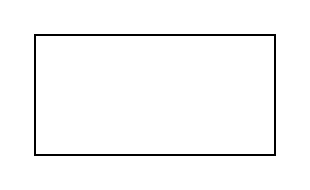
yizhezhixing/yizhezhixing keeps this draw.io diagram as 数据分析示意图.drawio. Above is the earlier version. Source tidied: cells renumbered, new cells numbered last; positions are measured from the earlier drawing's top-left corner, leaving out a move shared by most shapes. Both pictures are drawn from the tidied source at 200%, with x=0, y=0 at pixel (34, 34).
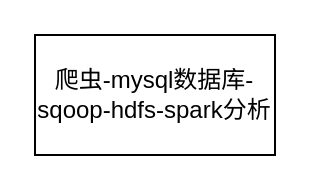
The same page after the edit.

Commit message (it also covers changes not shown here):
更新数据分析示意图.drawio

What changed in the source:
```diff
@@
 <mxGraphModel>
   <root>
     <mxCell id="0" />
     <mxCell id="1" parent="0" />
-    <mxCell id="2" style="rounded=0;whiteSpace=wrap;html=1;" parent="1" vertex="1">
+    <mxCell id="2" value="爬虫-mysql数据库-sqoop-hdfs-spark分析" style="rounded=0;whiteSpace=wrap;html=1;" parent="1" vertex="1">
       <mxGeometry width="120" height="60" as="geometry" />
     </mxCell>
   </root>
 </mxGraphModel>
```
